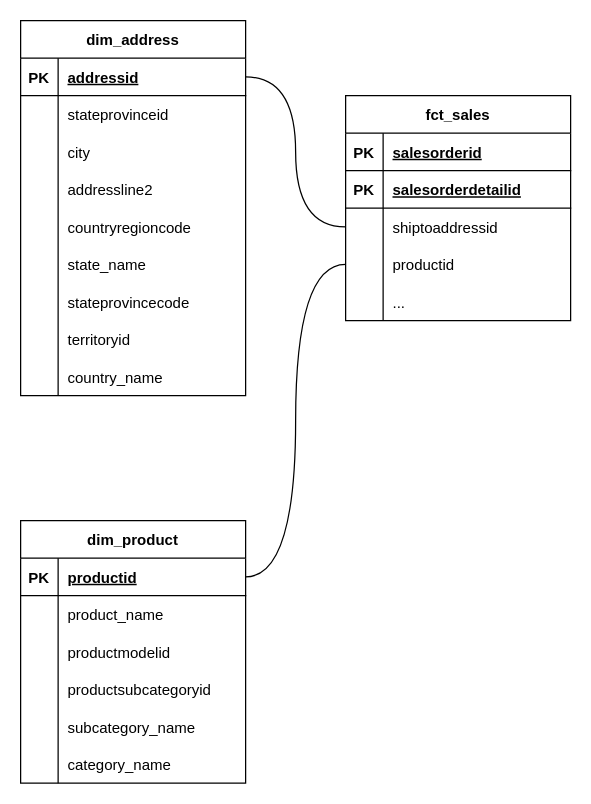
The draw.io diagram page "star-schema" (5 of 6) of docs/dbt-dimensional-modelling.drawio in Data-Engineer-Camp/dbt-dimensional-modelling, before the edit. Source tidied: cells renumbered, new cells numbered last; positions are measured from the earlier drawing's top-left corner, leaving out a move shared by most shapes. Both pictures are drawn from the tidied source at 125%, with x=0, y=0 at pixel (20, 20).
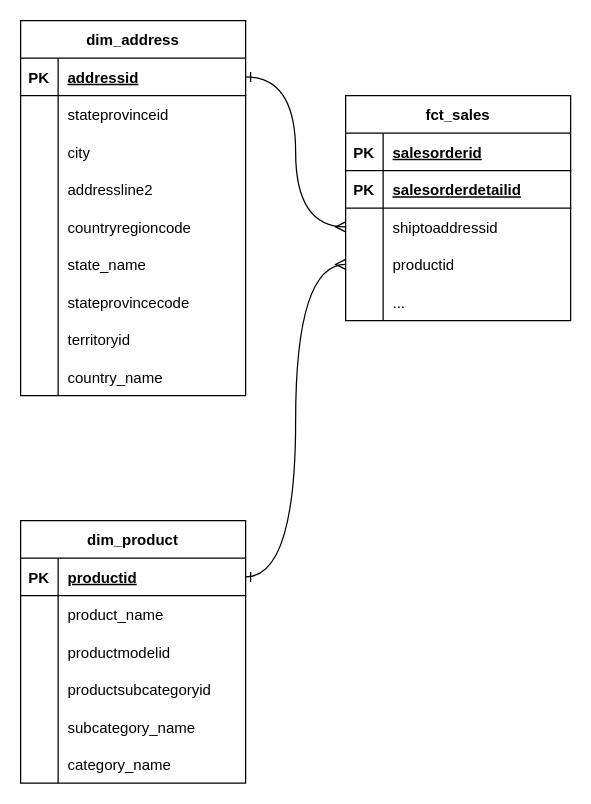
The same diagram, later.

The change refers to these unchanged cells:
```xml
<mxCell id="3" style="shape=tableRow;horizontal=0;startSize=0;swimlaneHead=0;swimlaneBody=0;fillColor=none;points=[[0,0.5],[1,0.5]];portConstraint=eastwest;top=0;left=0;right=0;bottom=1;" parent="2" vertex="1">
  <mxGeometry y="30" width="180" height="30" as="geometry" />
</mxCell>
<mxCell id="31" style="shape=tableRow;horizontal=0;startSize=0;swimlaneHead=0;swimlaneBody=0;fillColor=none;points=[[0,0.5],[1,0.5]];portConstraint=eastwest;top=0;left=0;right=0;bottom=1;" parent="30" vertex="1">
  <mxGeometry y="30" width="180" height="30" as="geometry" />
</mxCell>
<mxCell id="56" style="shape=tableRow;horizontal=0;startSize=0;swimlaneHead=0;swimlaneBody=0;fillColor=none;points=[[0,0.5],[1,0.5]];portConstraint=eastwest;top=0;left=0;right=0;bottom=0;" parent="49" vertex="1">
  <mxGeometry y="90" width="180" height="30" as="geometry" />
</mxCell>
<mxCell id="59" style="shape=tableRow;horizontal=0;startSize=0;swimlaneHead=0;swimlaneBody=0;fillColor=none;points=[[0,0.5],[1,0.5]];portConstraint=eastwest;top=0;left=0;right=0;bottom=0;" parent="49" vertex="1">
  <mxGeometry y="120" width="180" height="30" as="geometry" />
</mxCell>
```

Diff of the diagram source:
```diff
@@
-    <mxCell id="65" style="edgeStyle=orthogonalEdgeStyle;curved=1;rounded=0;jettySize=auto;html=1;exitX=0;exitY=0.5;exitDx=0;exitDy=0;entryX=1;entryY=0.5;entryDx=0;entryDy=0;endArrow=none;endFill=0;" parent="1" edge="1" source="56" target="3">
+    <mxCell id="65" style="edgeStyle=orthogonalEdgeStyle;curved=1;rounded=0;jettySize=auto;html=1;exitX=0;exitY=0.5;exitDx=0;exitDy=0;entryX=1;entryY=0.5;entryDx=0;entryDy=0;endArrow=ERone;endFill=0;startArrow=ERmany;startFill=0;" parent="1" edge="1" source="56" target="3">
       <mxGeometry relative="1" as="geometry" />
     </mxCell>
-    <mxCell id="66" style="edgeStyle=orthogonalEdgeStyle;curved=1;rounded=0;jettySize=auto;html=1;exitX=0;exitY=0.5;exitDx=0;exitDy=0;entryX=1;entryY=0.5;entryDx=0;entryDy=0;endArrow=none;endFill=0;" parent="1" edge="1" source="59" target="31">
+    <mxCell id="66" style="edgeStyle=orthogonalEdgeStyle;curved=1;rounded=0;jettySize=auto;html=1;exitX=0;exitY=0.5;exitDx=0;exitDy=0;entryX=1;entryY=0.5;entryDx=0;entryDy=0;endArrow=ERone;endFill=0;startArrow=ERmany;startFill=0;" parent="1" edge="1" source="59" target="31">
       <mxGeometry relative="1" as="geometry" />
     </mxCell>
```
